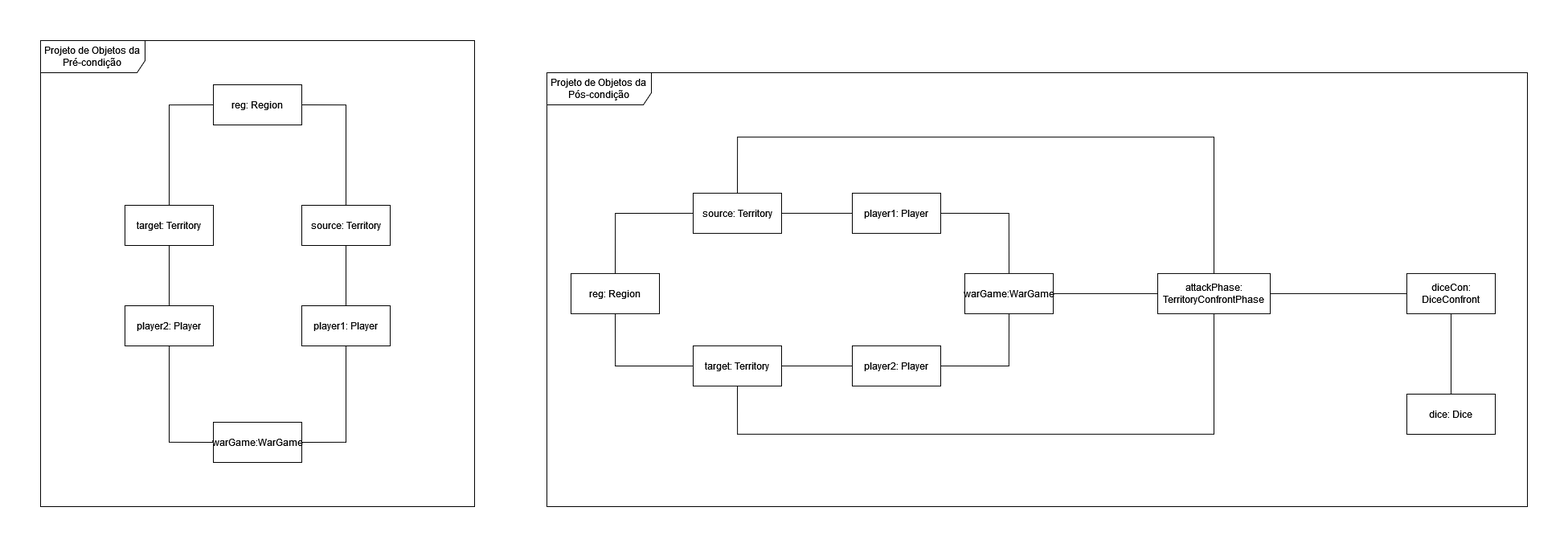
Above: object-project.png in Gil32610/operation-contract-territory-confront (draw.io), before the change. Source tidied: cells renumbered, new cells last; positions are measured from the earlier drawing's top-left corner, leaving out a move shared by most shapes. The source it was exported from:
```xml
<mxGraphModel>
  <root>
    <mxCell id="0" />
    <mxCell id="1" parent="0" />
    <mxCell id="2" style="edgeStyle=orthogonalEdgeStyle;rounded=0;jettySize=auto;html=1;entryX=0.5;entryY=1;entryDx=0;entryDy=0;exitX=1;exitY=0.5;exitDx=0;exitDy=0;endArrow=none;endFill=0;" parent="1" edge="1" source="3" target="7">
      <mxGeometry relative="1" as="geometry" />
    </mxCell>
    <mxCell id="3" value="warGame:WarGame" style="html=1;whiteSpace=wrap;" parent="1" vertex="1">
      <mxGeometry x="215" y="475" width="110" height="50" as="geometry" />
    </mxCell>
    <mxCell id="4" style="edgeStyle=orthogonalEdgeStyle;rounded=0;jettySize=auto;html=1;endArrow=none;endFill=0;entryX=0;entryY=0.5;entryDx=0;entryDy=0;exitX=0.5;exitY=1;exitDx=0;exitDy=0;" parent="1" edge="1" source="5" target="3">
      <mxGeometry relative="1" as="geometry" />
    </mxCell>
    <mxCell id="5" value="player2: Player" style="html=1;whiteSpace=wrap;" parent="1" vertex="1">
      <mxGeometry x="105" y="330" width="110" height="50" as="geometry" />
    </mxCell>
    <mxCell id="6" style="edgeStyle=orthogonalEdgeStyle;rounded=0;jettySize=auto;html=1;entryX=0.5;entryY=1;entryDx=0;entryDy=0;endArrow=none;endFill=0;" parent="1" edge="1" source="7" target="8">
      <mxGeometry relative="1" as="geometry" />
    </mxCell>
    <mxCell id="7" value="player1: Player" style="html=1;whiteSpace=wrap;" parent="1" vertex="1">
      <mxGeometry x="325" y="330" width="110" height="50" as="geometry" />
    </mxCell>
    <mxCell id="8" value="source: Territory" style="html=1;whiteSpace=wrap;" parent="1" vertex="1">
      <mxGeometry x="325" y="205" width="110" height="50" as="geometry" />
    </mxCell>
    <mxCell id="9" style="edgeStyle=orthogonalEdgeStyle;rounded=0;jettySize=auto;html=1;entryX=0;entryY=0.5;entryDx=0;entryDy=0;endArrow=none;endFill=0;" parent="1" edge="1" source="11" target="13">
      <mxGeometry relative="1" as="geometry" />
    </mxCell>
    <mxCell id="10" style="edgeStyle=orthogonalEdgeStyle;rounded=0;jettySize=auto;html=1;entryX=0.5;entryY=0;entryDx=0;entryDy=0;endArrow=none;endFill=0;exitX=0.5;exitY=1;exitDx=0;exitDy=0;" parent="1" edge="1" source="11" target="5">
      <mxGeometry relative="1" as="geometry" />
    </mxCell>
    <mxCell id="11" value="target: Territory" style="html=1;whiteSpace=wrap;" parent="1" vertex="1">
      <mxGeometry x="105" y="205" width="110" height="50" as="geometry" />
    </mxCell>
    <mxCell id="12" style="edgeStyle=orthogonalEdgeStyle;rounded=0;jettySize=auto;html=1;entryX=0.5;entryY=0;entryDx=0;entryDy=0;exitX=1;exitY=0.5;exitDx=0;exitDy=0;endArrow=none;endFill=0;" parent="1" edge="1" source="13" target="8">
      <mxGeometry relative="1" as="geometry" />
    </mxCell>
    <mxCell id="13" value="reg: Region" style="html=1;whiteSpace=wrap;" parent="1" vertex="1">
      <mxGeometry x="215" y="55" width="110" height="50" as="geometry" />
    </mxCell>
    <mxCell id="14" value="&lt;div&gt;Projeto de Objetos da Pré-condição&lt;/div&gt;" style="shape=umlFrame;whiteSpace=wrap;html=1;width=130;height=40;" parent="1" vertex="1">
      <mxGeometry width="540" height="580" as="geometry" />
    </mxCell>
    <mxCell id="15" style="edgeStyle=orthogonalEdgeStyle;rounded=0;jettySize=auto;html=1;entryX=1;entryY=0.5;entryDx=0;entryDy=0;exitX=0.5;exitY=0;exitDx=0;exitDy=0;endArrow=none;endFill=0;" parent="1" edge="1" source="17" target="23">
      <mxGeometry relative="1" as="geometry" />
    </mxCell>
    <mxCell id="16" style="edgeStyle=orthogonalEdgeStyle;rounded=0;jettySize=auto;html=1;entryX=0;entryY=0.5;entryDx=0;entryDy=0;endArrow=none;endFill=0;" parent="1" edge="1" source="17" target="32">
      <mxGeometry relative="1" as="geometry" />
    </mxCell>
    <mxCell id="17" value="warGame:WarGame" style="html=1;whiteSpace=wrap;" parent="1" vertex="1">
      <mxGeometry x="1150" y="289.9" width="110" height="50" as="geometry" />
    </mxCell>
    <mxCell id="18" style="edgeStyle=orthogonalEdgeStyle;rounded=0;jettySize=auto;html=1;endArrow=none;endFill=0;entryX=0.5;entryY=1;entryDx=0;entryDy=0;exitX=1;exitY=0.5;exitDx=0;exitDy=0;" parent="1" edge="1" source="20" target="17">
      <mxGeometry relative="1" as="geometry" />
    </mxCell>
    <mxCell id="19" style="edgeStyle=orthogonalEdgeStyle;rounded=0;jettySize=auto;html=1;entryX=0.5;entryY=1;entryDx=0;entryDy=0;endArrow=none;endFill=0;exitX=0.5;exitY=1;exitDx=0;exitDy=0;" parent="1" edge="1" source="27" target="32">
      <mxGeometry relative="1" as="geometry">
        <Array as="points">
          <mxPoint x="867" y="490" />
          <mxPoint x="1460" y="490" />
        </Array>
      </mxGeometry>
    </mxCell>
    <mxCell id="20" value="player2: Player" style="html=1;whiteSpace=wrap;" parent="1" vertex="1">
      <mxGeometry x="1010" y="379.9" width="110" height="50" as="geometry" />
    </mxCell>
    <mxCell id="21" style="edgeStyle=orthogonalEdgeStyle;rounded=0;jettySize=auto;html=1;entryX=1;entryY=0.5;entryDx=0;entryDy=0;endArrow=none;endFill=0;" parent="1" edge="1" source="23" target="24">
      <mxGeometry relative="1" as="geometry" />
    </mxCell>
    <mxCell id="22" style="edgeStyle=orthogonalEdgeStyle;rounded=0;jettySize=auto;html=1;entryX=0.5;entryY=0;entryDx=0;entryDy=0;endArrow=none;endFill=0;exitX=0.5;exitY=0;exitDx=0;exitDy=0;" parent="1" edge="1" source="24" target="32">
      <mxGeometry relative="1" as="geometry">
        <Array as="points">
          <mxPoint x="867" y="120" />
          <mxPoint x="1460" y="120" />
        </Array>
      </mxGeometry>
    </mxCell>
    <mxCell id="23" value="player1: Player" style="html=1;whiteSpace=wrap;" parent="1" vertex="1">
      <mxGeometry x="1010" y="189.9" width="110" height="50" as="geometry" />
    </mxCell>
    <mxCell id="24" value="source: Territory" style="html=1;whiteSpace=wrap;" parent="1" vertex="1">
      <mxGeometry x="812" y="189.9" width="110" height="50" as="geometry" />
    </mxCell>
    <mxCell id="25" style="edgeStyle=orthogonalEdgeStyle;rounded=0;jettySize=auto;html=1;entryX=0.5;entryY=1;entryDx=0;entryDy=0;endArrow=none;endFill=0;" parent="1" edge="1" source="27" target="29">
      <mxGeometry relative="1" as="geometry" />
    </mxCell>
    <mxCell id="26" style="edgeStyle=orthogonalEdgeStyle;rounded=0;jettySize=auto;html=1;entryX=0;entryY=0.5;entryDx=0;entryDy=0;endArrow=none;endFill=0;exitX=1;exitY=0.5;exitDx=0;exitDy=0;" parent="1" edge="1" source="27" target="20">
      <mxGeometry relative="1" as="geometry" />
    </mxCell>
    <mxCell id="27" value="target: Territory" style="html=1;whiteSpace=wrap;" parent="1" vertex="1">
      <mxGeometry x="812" y="379.9" width="110" height="50" as="geometry" />
    </mxCell>
    <mxCell id="28" style="edgeStyle=orthogonalEdgeStyle;rounded=0;jettySize=auto;html=1;entryX=0;entryY=0.5;entryDx=0;entryDy=0;exitX=0.5;exitY=0;exitDx=0;exitDy=0;endArrow=none;endFill=0;" parent="1" edge="1" source="29" target="24">
      <mxGeometry relative="1" as="geometry" />
    </mxCell>
    <mxCell id="29" value="reg: Region" style="html=1;whiteSpace=wrap;" parent="1" vertex="1">
      <mxGeometry x="660" y="289.9" width="110" height="50" as="geometry" />
    </mxCell>
    <mxCell id="30" value="&lt;div&gt;Projeto de Objetos da Pós-condição&lt;/div&gt;" style="shape=umlFrame;whiteSpace=wrap;html=1;width=130;height=40;" parent="1" vertex="1">
      <mxGeometry x="630" y="40" width="1220" height="540" as="geometry" />
    </mxCell>
    <mxCell id="31" style="edgeStyle=orthogonalEdgeStyle;rounded=0;jettySize=auto;html=1;endArrow=none;endFill=0;" parent="1" edge="1" source="32" target="34">
      <mxGeometry relative="1" as="geometry" />
    </mxCell>
    <mxCell id="32" value="&lt;blockquote&gt;attackPhase: TerritoryConfrontPhase&lt;/blockquote&gt;" style="html=1;whiteSpace=wrap;" parent="1" vertex="1">
      <mxGeometry x="1390" y="289.9" width="140" height="50" as="geometry" />
    </mxCell>
    <mxCell id="33" style="edgeStyle=orthogonalEdgeStyle;rounded=0;jettySize=auto;html=1;endArrow=none;endFill=0;" parent="1" edge="1" source="34" target="35">
      <mxGeometry relative="1" as="geometry" />
    </mxCell>
    <mxCell id="34" value="diceCon: DiceConfront" style="html=1;whiteSpace=wrap;" parent="1" vertex="1">
      <mxGeometry x="1700" y="289.9" width="110" height="50" as="geometry" />
    </mxCell>
    <mxCell id="35" value="dice: Dice" style="html=1;whiteSpace=wrap;" parent="1" vertex="1">
      <mxGeometry x="1700" y="440" width="110" height="50" as="geometry" />
    </mxCell>
  </root>
</mxGraphModel>
```
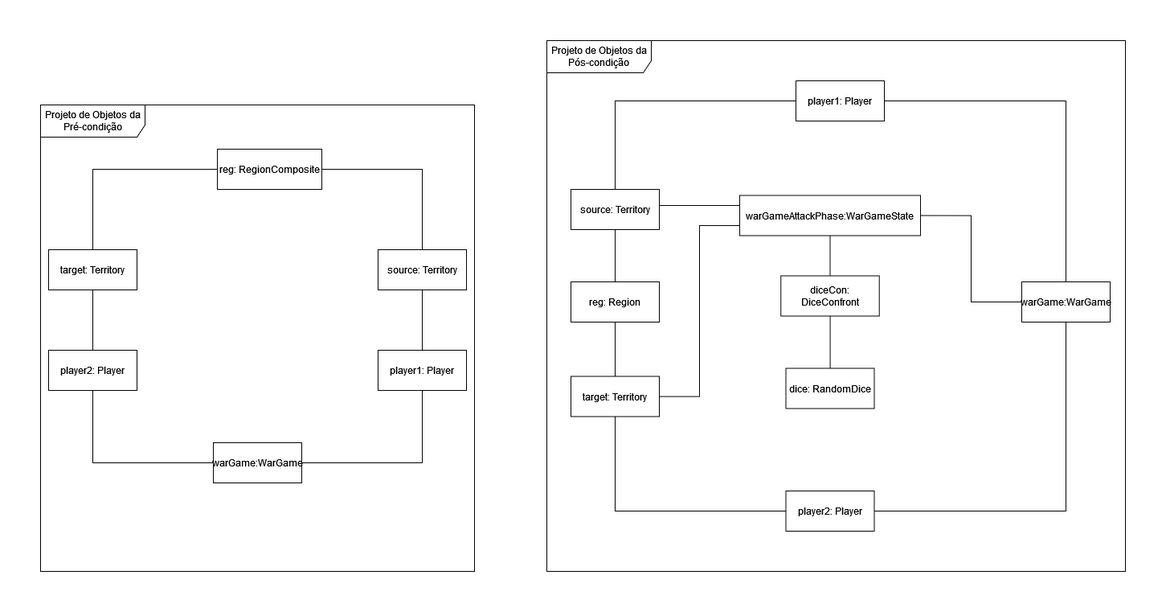
Later version of the same file.

The edit, as a diff of the source:
```diff
@@ -6,37 +6,37 @@
       <mxGeometry relative="1" as="geometry" />
     </mxCell>
     <mxCell id="3" value="warGame:WarGame" style="html=1;whiteSpace=wrap;" parent="1" vertex="1">
-      <mxGeometry x="215" y="475" width="110" height="50" as="geometry" />
+      <mxGeometry x="215" y="420" width="110" height="50" as="geometry" />
     </mxCell>
     <mxCell id="4" style="edgeStyle=orthogonalEdgeStyle;rounded=0;jettySize=auto;html=1;endArrow=none;endFill=0;entryX=0;entryY=0.5;entryDx=0;entryDy=0;exitX=0.5;exitY=1;exitDx=0;exitDy=0;" parent="1" edge="1" source="5" target="3">
       <mxGeometry relative="1" as="geometry" />
     </mxCell>
     <mxCell id="5" value="player2: Player" style="html=1;whiteSpace=wrap;" parent="1" vertex="1">
-      <mxGeometry x="105" y="330" width="110" height="50" as="geometry" />
+      <mxGeometry x="10" y="305" width="110" height="50" as="geometry" />
     </mxCell>
     <mxCell id="6" style="edgeStyle=orthogonalEdgeStyle;rounded=0;jettySize=auto;html=1;entryX=0.5;entryY=1;entryDx=0;entryDy=0;endArrow=none;endFill=0;" parent="1" edge="1" source="7" target="8">
       <mxGeometry relative="1" as="geometry" />
     </mxCell>
     <mxCell id="7" value="player1: Player" style="html=1;whiteSpace=wrap;" parent="1" vertex="1">
-      <mxGeometry x="325" y="330" width="110" height="50" as="geometry" />
+      <mxGeometry x="420" y="305" width="110" height="50" as="geometry" />
     </mxCell>
     <mxCell id="8" value="source: Territory" style="html=1;whiteSpace=wrap;" parent="1" vertex="1">
-      <mxGeometry x="325" y="205" width="110" height="50" as="geometry" />
+      <mxGeometry x="420" y="180" width="110" height="50" as="geometry" />
     </mxCell>
-    <mxCell id="9" style="edgeStyle=orthogonalEdgeStyle;rounded=0;jettySize=auto;html=1;entryX=0;entryY=0.5;entryDx=0;entryDy=0;endArrow=none;endFill=0;" parent="1" edge="1" source="11" target="13">
+    <mxCell id="9" style="edgeStyle=orthogonalEdgeStyle;rounded=0;jettySize=auto;html=1;entryX=0;entryY=0.5;entryDx=0;entryDy=0;endArrow=none;endFill=0;exitX=0.5;exitY=0;exitDx=0;exitDy=0;" parent="1" edge="1" source="11" target="13">
       <mxGeometry relative="1" as="geometry" />
     </mxCell>
     <mxCell id="10" style="edgeStyle=orthogonalEdgeStyle;rounded=0;jettySize=auto;html=1;entryX=0.5;entryY=0;entryDx=0;entryDy=0;endArrow=none;endFill=0;exitX=0.5;exitY=1;exitDx=0;exitDy=0;" parent="1" edge="1" source="11" target="5">
       <mxGeometry relative="1" as="geometry" />
     </mxCell>
     <mxCell id="11" value="target: Territory" style="html=1;whiteSpace=wrap;" parent="1" vertex="1">
-      <mxGeometry x="105" y="205" width="110" height="50" as="geometry" />
+      <mxGeometry x="10" y="180" width="110" height="50" as="geometry" />
     </mxCell>
     <mxCell id="12" style="edgeStyle=orthogonalEdgeStyle;rounded=0;jettySize=auto;html=1;entryX=0.5;entryY=0;entryDx=0;entryDy=0;exitX=1;exitY=0.5;exitDx=0;exitDy=0;endArrow=none;endFill=0;" parent="1" edge="1" source="13" target="8">
       <mxGeometry relative="1" as="geometry" />
     </mxCell>
-    <mxCell id="13" value="reg: Region" style="html=1;whiteSpace=wrap;" parent="1" vertex="1">
-      <mxGeometry x="215" y="55" width="110" height="50" as="geometry" />
+    <mxCell id="13" value="reg: RegionComposite" style="html=1;whiteSpace=wrap;" parent="1" vertex="1">
+      <mxGeometry x="220" y="55" width="130" height="50" as="geometry" />
     </mxCell>
     <mxCell id="14" value="&lt;div&gt;Projeto de Objetos da Pré-condição&lt;/div&gt;" style="shape=umlFrame;whiteSpace=wrap;html=1;width=130;height=40;" parent="1" vertex="1">
       <mxGeometry width="540" height="580" as="geometry" />
@@ -44,75 +44,69 @@
     <mxCell id="15" style="edgeStyle=orthogonalEdgeStyle;rounded=0;jettySize=auto;html=1;entryX=1;entryY=0.5;entryDx=0;entryDy=0;exitX=0.5;exitY=0;exitDx=0;exitDy=0;endArrow=none;endFill=0;" parent="1" edge="1" source="17" target="23">
       <mxGeometry relative="1" as="geometry" />
     </mxCell>
-    <mxCell id="16" style="edgeStyle=orthogonalEdgeStyle;rounded=0;jettySize=auto;html=1;entryX=0;entryY=0.5;entryDx=0;entryDy=0;endArrow=none;endFill=0;" parent="1" edge="1" source="17" target="32">
-      <mxGeometry relative="1" as="geometry" />
-    </mxCell>
+    <mxCell id="36" style="edgeStyle=orthogonalEdgeStyle;rounded=0;jettySize=auto;html=1;entryX=1;entryY=0.5;entryDx=0;entryDy=0;endArrow=none;endFill=0;" parent="1" edge="1" source="17" target="40">
+      <mxGeometry relative="1" as="geometry" />
+    </mxCell>
     <mxCell id="17" value="warGame:WarGame" style="html=1;whiteSpace=wrap;" parent="1" vertex="1">
-      <mxGeometry x="1150" y="289.9" width="110" height="50" as="geometry" />
+      <mxGeometry x="1221" y="220" width="110" height="50" as="geometry" />
     </mxCell>
     <mxCell id="18" style="edgeStyle=orthogonalEdgeStyle;rounded=0;jettySize=auto;html=1;endArrow=none;endFill=0;entryX=0.5;entryY=1;entryDx=0;entryDy=0;exitX=1;exitY=0.5;exitDx=0;exitDy=0;" parent="1" edge="1" source="20" target="17">
       <mxGeometry relative="1" as="geometry" />
     </mxCell>
-    <mxCell id="19" style="edgeStyle=orthogonalEdgeStyle;rounded=0;jettySize=auto;html=1;entryX=0.5;entryY=1;entryDx=0;entryDy=0;endArrow=none;endFill=0;exitX=0.5;exitY=1;exitDx=0;exitDy=0;" parent="1" edge="1" source="27" target="32">
-      <mxGeometry relative="1" as="geometry">
-        <Array as="points">
-          <mxPoint x="867" y="490" />
-          <mxPoint x="1460" y="490" />
-        </Array>
-      </mxGeometry>
-    </mxCell>
     <mxCell id="20" value="player2: Player" style="html=1;whiteSpace=wrap;" parent="1" vertex="1">
-      <mxGeometry x="1010" y="379.9" width="110" height="50" as="geometry" />
+      <mxGeometry x="927.5" y="480" width="110" height="50" as="geometry" />
     </mxCell>
-    <mxCell id="21" style="edgeStyle=orthogonalEdgeStyle;rounded=0;jettySize=auto;html=1;entryX=1;entryY=0.5;entryDx=0;entryDy=0;endArrow=none;endFill=0;" parent="1" edge="1" source="23" target="24">
+    <mxCell id="21" style="edgeStyle=orthogonalEdgeStyle;rounded=0;jettySize=auto;html=1;entryX=0.5;entryY=0;entryDx=0;entryDy=0;endArrow=none;endFill=0;" parent="1" edge="1" source="23" target="24">
       <mxGeometry relative="1" as="geometry" />
     </mxCell>
-    <mxCell id="22" style="edgeStyle=orthogonalEdgeStyle;rounded=0;jettySize=auto;html=1;entryX=0.5;entryY=0;entryDx=0;entryDy=0;endArrow=none;endFill=0;exitX=0.5;exitY=0;exitDx=0;exitDy=0;" parent="1" edge="1" source="24" target="32">
-      <mxGeometry relative="1" as="geometry">
-        <Array as="points">
-          <mxPoint x="867" y="120" />
-          <mxPoint x="1460" y="120" />
-        </Array>
-      </mxGeometry>
-    </mxCell>
     <mxCell id="23" value="player1: Player" style="html=1;whiteSpace=wrap;" parent="1" vertex="1">
-      <mxGeometry x="1010" y="189.9" width="110" height="50" as="geometry" />
+      <mxGeometry x="940" y="-30" width="110" height="50" as="geometry" />
     </mxCell>
+    <mxCell id="37" style="edgeStyle=orthogonalEdgeStyle;rounded=0;jettySize=auto;html=1;entryX=0;entryY=0.25;entryDx=0;entryDy=0;exitX=1;exitY=0.25;exitDx=0;exitDy=0;endArrow=none;endFill=0;" parent="1" edge="1" source="24" target="40">
+      <mxGeometry relative="1" as="geometry">
+        <Array as="points">
+          <mxPoint x="770" y="125" />
+        </Array>
+      </mxGeometry>
+    </mxCell>
     <mxCell id="24" value="source: Territory" style="html=1;whiteSpace=wrap;" parent="1" vertex="1">
-      <mxGeometry x="812" y="189.9" width="110" height="50" as="geometry" />
+      <mxGeometry x="660" y="105" width="110" height="50" as="geometry" />
     </mxCell>
     <mxCell id="25" style="edgeStyle=orthogonalEdgeStyle;rounded=0;jettySize=auto;html=1;entryX=0.5;entryY=1;entryDx=0;entryDy=0;endArrow=none;endFill=0;" parent="1" edge="1" source="27" target="29">
       <mxGeometry relative="1" as="geometry" />
     </mxCell>
-    <mxCell id="26" style="edgeStyle=orthogonalEdgeStyle;rounded=0;jettySize=auto;html=1;entryX=0;entryY=0.5;entryDx=0;entryDy=0;endArrow=none;endFill=0;exitX=1;exitY=0.5;exitDx=0;exitDy=0;" parent="1" edge="1" source="27" target="20">
+    <mxCell id="26" style="edgeStyle=orthogonalEdgeStyle;rounded=0;jettySize=auto;html=1;entryX=0;entryY=0.5;entryDx=0;entryDy=0;exitX=0.5;exitY=1;exitDx=0;exitDy=0;endArrow=none;endFill=0;" parent="1" edge="1" source="27" target="20">
       <mxGeometry relative="1" as="geometry" />
     </mxCell>
+    <mxCell id="38" style="edgeStyle=orthogonalEdgeStyle;rounded=0;jettySize=auto;html=1;entryX=0;entryY=0.75;entryDx=0;entryDy=0;endArrow=none;endFill=0;" parent="1" edge="1" source="27" target="40">
+      <mxGeometry relative="1" as="geometry" />
+    </mxCell>
     <mxCell id="27" value="target: Territory" style="html=1;whiteSpace=wrap;" parent="1" vertex="1">
-      <mxGeometry x="812" y="379.9" width="110" height="50" as="geometry" />
+      <mxGeometry x="660" y="337.5" width="110" height="50" as="geometry" />
     </mxCell>
-    <mxCell id="28" style="edgeStyle=orthogonalEdgeStyle;rounded=0;jettySize=auto;html=1;entryX=0;entryY=0.5;entryDx=0;entryDy=0;exitX=0.5;exitY=0;exitDx=0;exitDy=0;endArrow=none;endFill=0;" parent="1" edge="1" source="29" target="24">
+    <mxCell id="28" style="edgeStyle=orthogonalEdgeStyle;rounded=0;jettySize=auto;html=1;entryX=0.5;entryY=1;entryDx=0;entryDy=0;exitX=0.5;exitY=0;exitDx=0;exitDy=0;endArrow=none;endFill=0;" parent="1" edge="1" source="29" target="24">
       <mxGeometry relative="1" as="geometry" />
     </mxCell>
     <mxCell id="29" value="reg: Region" style="html=1;whiteSpace=wrap;" parent="1" vertex="1">
-      <mxGeometry x="660" y="289.9" width="110" height="50" as="geometry" />
+      <mxGeometry x="660" y="220" width="110" height="50" as="geometry" />
     </mxCell>
     <mxCell id="30" value="&lt;div&gt;Projeto de Objetos da Pós-condição&lt;/div&gt;" style="shape=umlFrame;whiteSpace=wrap;html=1;width=130;height=40;" parent="1" vertex="1">
-      <mxGeometry x="630" y="40" width="1220" height="540" as="geometry" />
+      <mxGeometry x="630" y="-80" width="720" height="660" as="geometry" />
     </mxCell>
-    <mxCell id="31" style="edgeStyle=orthogonalEdgeStyle;rounded=0;jettySize=auto;html=1;endArrow=none;endFill=0;" parent="1" edge="1" source="32" target="34">
-      <mxGeometry relative="1" as="geometry" />
-    </mxCell>
-    <mxCell id="32" value="&lt;blockquote&gt;attackPhase: TerritoryConfrontPhase&lt;/blockquote&gt;" style="html=1;whiteSpace=wrap;" parent="1" vertex="1">
-      <mxGeometry x="1390" y="289.9" width="140" height="50" as="geometry" />
-    </mxCell>
     <mxCell id="33" style="edgeStyle=orthogonalEdgeStyle;rounded=0;jettySize=auto;html=1;endArrow=none;endFill=0;" parent="1" edge="1" source="34" target="35">
       <mxGeometry relative="1" as="geometry" />
     </mxCell>
     <mxCell id="34" value="diceCon: DiceConfront" style="html=1;whiteSpace=wrap;" parent="1" vertex="1">
-      <mxGeometry x="1700" y="289.9" width="110" height="50" as="geometry" />
+      <mxGeometry x="921.2" y="212.5" width="122.5" height="50" as="geometry" />
     </mxCell>
-    <mxCell id="35" value="dice: Dice" style="html=1;whiteSpace=wrap;" parent="1" vertex="1">
-      <mxGeometry x="1700" y="440" width="110" height="50" as="geometry" />
+    <mxCell id="35" value="dice: RandomDice" style="html=1;whiteSpace=wrap;" parent="1" vertex="1">
+      <mxGeometry x="927.5" y="327.5" width="110" height="50" as="geometry" />
     </mxCell>
+    <mxCell id="39" style="edgeStyle=orthogonalEdgeStyle;rounded=0;jettySize=auto;html=1;entryX=0.5;entryY=0;entryDx=0;entryDy=0;exitX=0.5;exitY=1;exitDx=0;exitDy=0;endArrow=none;endFill=0;" parent="1" edge="1" source="40" target="34">
+      <mxGeometry relative="1" as="geometry" />
+    </mxCell>
+    <mxCell id="40" value="warGameAttackPhase:WarGameState" style="html=1;whiteSpace=wrap;" parent="1" vertex="1">
+      <mxGeometry x="870" y="112.5" width="225" height="50" as="geometry" />
+    </mxCell>
   </root>
 </mxGraphModel>
```
